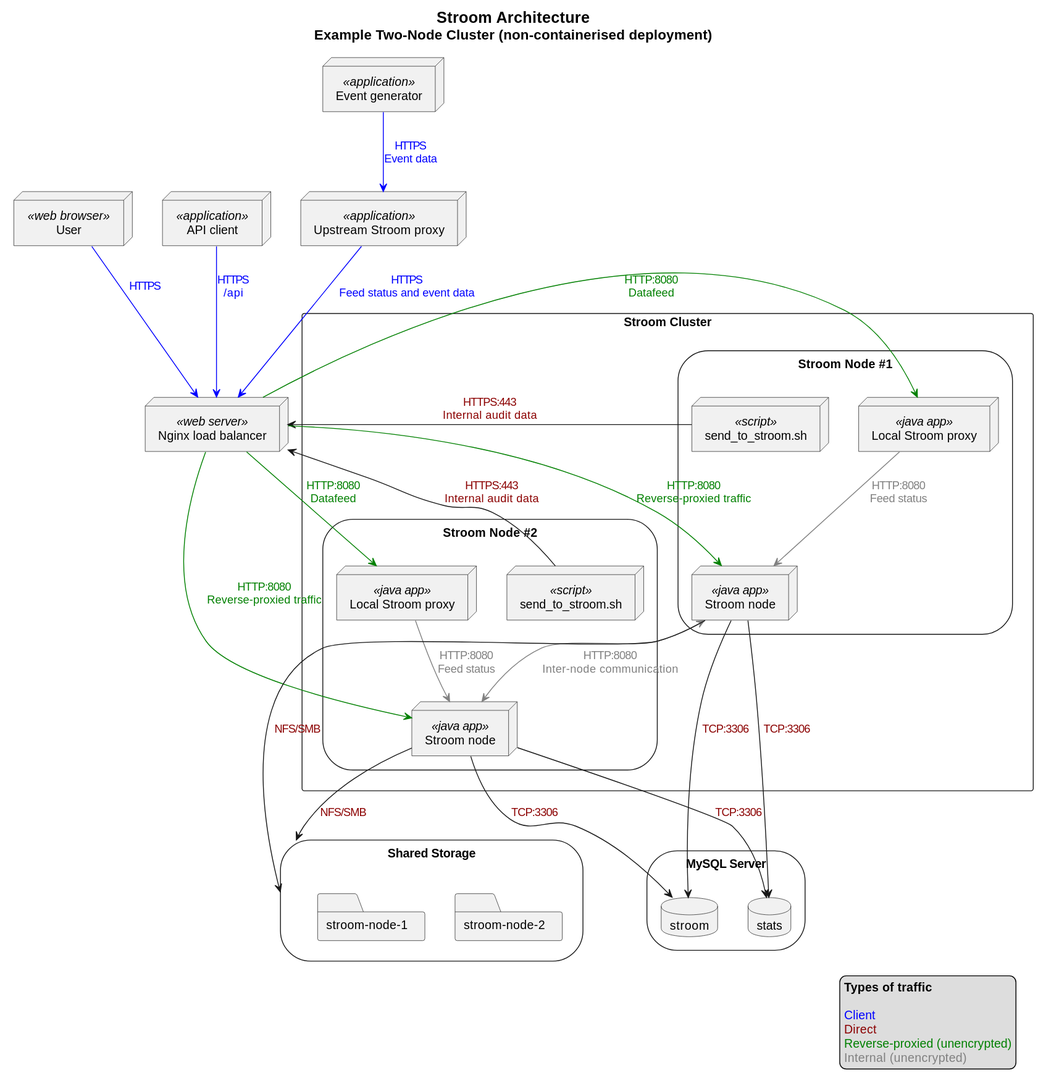
Earlier version of the PlantUML export 7.11/images/architecture/architecture.puml.svg (gchq/stroom-docs). The source it was exported from:
```plantuml
@startuml
title
    =Stroom Architecture
    ==Example Two-Node Cluster (non-containerised deployment)
end title

!stroom_port=8080
!stroom_proxy_port=8090

node "Event generator" as event_producer <<application>>
node "User" as ui_client_browser <<web browser>>
node "API client" as api_client_app <<application>>
node "Upstream Stroom proxy" as remote_proxy <<application>>

node "Nginx load balancer" as nginx <<web server>>

rectangle "Stroom Cluster" {
storage "Stroom Node #1" {
    node "Stroom node" as stroom_node_1 <<java app>>
    node "Local Stroom proxy" as stroom_proxy_local_1 <<java app>>
    node "send_to_stroom.sh" as log_sender_script_1 <<script>>

    log_sender_script_1 --> nginx : <color:DarkRed>HTTPS:443</color>\n<color:DarkRed>Internal audit data</color>

    nginx -[#Green]-> stroom_node_1 : <color:Green>HTTP:stroom_port</color>\n<color:Green>Reverse-proxied traffic</color>
    nginx -[#Green]-> stroom_proxy_local_1 : <color:Green>HTTP:stroom_port</color>\n<color:Green>Datafeed</color>

    stroom_proxy_local_1 -[#Grey]-> stroom_node_1 : <color:Grey>HTTP:stroom_port</color>\n<color:Grey>Feed status</color>
}

storage "Stroom Node #2" {
    node "Stroom node" as stroom_node_2 <<java app>>
    node "Local Stroom proxy" as stroom_proxy_local_2 <<java app>>
    node "send_to_stroom.sh" as log_sender_script_2 <<script>>

    log_sender_script_2 --> nginx : <color:DarkRed>HTTPS:443</color>\n<color:DarkRed>Internal audit data</color>

    nginx -[#Green]-> stroom_node_2 : <color:Green>HTTP:stroom_port</color>\n<color:Green>Reverse-proxied traffic</color>
    nginx -[#Green]-> stroom_proxy_local_2 : <color:Green>HTTP:stroom_port</color>\n<color:Green>Datafeed</color>

    stroom_proxy_local_2 -[#Grey]-> stroom_node_2 : <color:Grey>HTTP:stroom_port</color>\n<color:Grey>Feed status</color>
}
}

stroom_node_1 <-[#Grey]-> stroom_node_2 : <color:Grey>HTTP:stroom_port</color>\n<color:Grey>Inter-node communication</color>

storage "MySQL Server" as stroom_all_dbs {
    database "stroom" as stroom_db
    database "stats" as stroom_stats_db
}

stroom_node_1 --> stroom_db : <color:DarkRed>TCP:3306</color>
stroom_node_1 --> stroom_stats_db : <color:DarkRed>TCP:3306</color>
stroom_node_2 --> stroom_db : <color:DarkRed>TCP:3306</color>
stroom_node_2 --> stroom_stats_db : <color:DarkRed>TCP:3306</color>

storage "Shared Storage" as shared_storage {
    folder "stroom-node-2"
    folder "stroom-node-1"
}

stroom_node_1 --> shared_storage : <color:DarkRed>NFS/SMB</color>
stroom_node_2 --> shared_storage : <color:DarkRed>NFS/SMB</color>

ui_client_browser -[#Blue]-> nginx : <color:Blue>HTTPS</color>
api_client_app -[#Blue]-> nginx : <color:Blue>HTTPS</color>\n<color:Blue>/api</color>
event_producer -[#Blue]-> remote_proxy : <color:Blue>HTTPS</color>\n<color:Blue>Event data</color>
remote_proxy -[#Blue]-> nginx : <color:Blue>HTTPS</color>\n<color:Blue>Feed status and event data</color>

legend right
  <b>Types of traffic</b>

  <color:Blue>Client</color>
  <color:DarkRed>Direct</color>
  <color:Green>Reverse-proxied (unencrypted)</color>
  <color:Grey>Internal (unencrypted)</color>
endlegend

@enduml
```
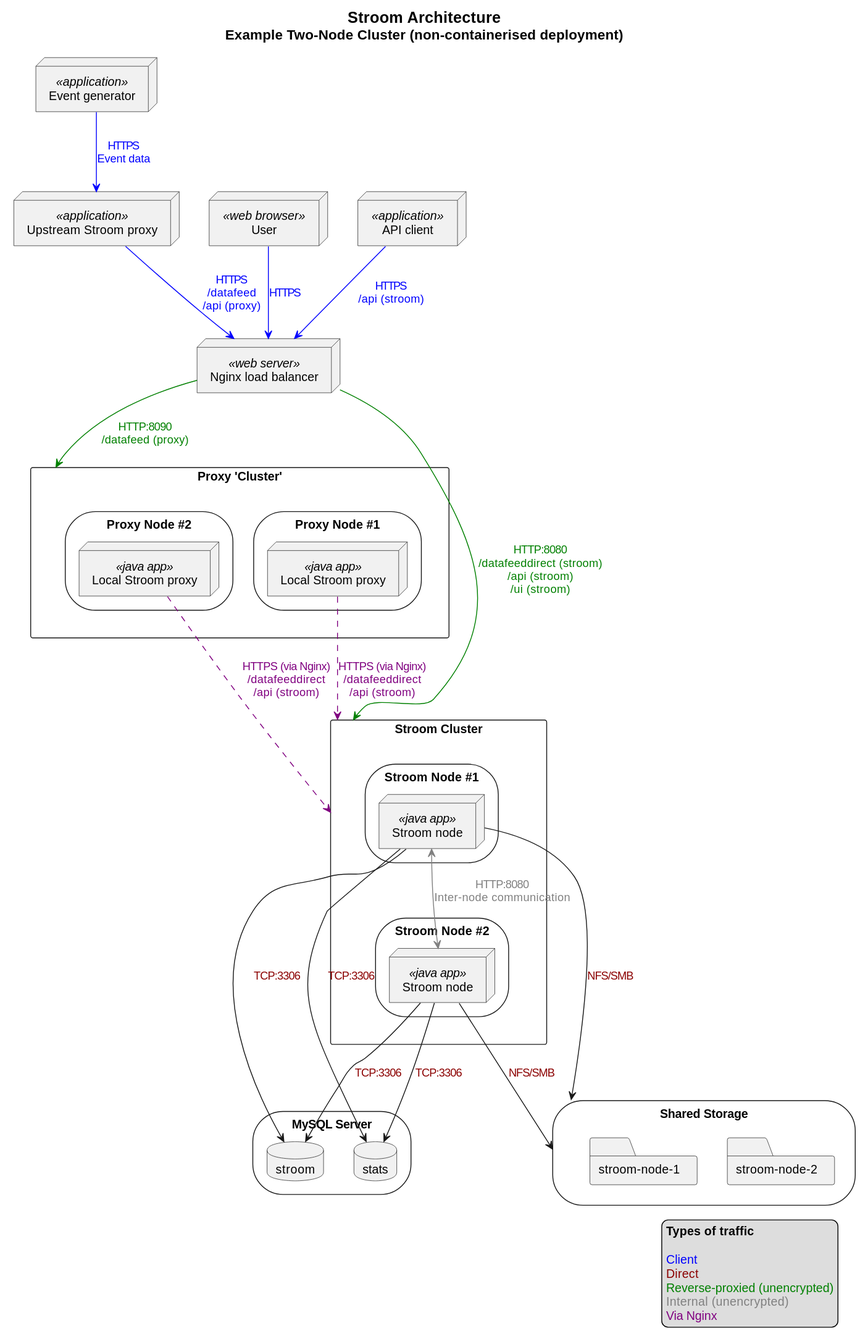
Above is the later version.

Diff of the diagram source:
```diff
@@ -14,32 +14,30 @@
 
 node "Nginx load balancer" as nginx <<web server>>
 
-rectangle "Stroom Cluster" {
-storage "Stroom Node #1" {
-    node "Stroom node" as stroom_node_1 <<java app>>
-    node "Local Stroom proxy" as stroom_proxy_local_1 <<java app>>
-    node "send_to_stroom.sh" as log_sender_script_1 <<script>>
+rectangle "Proxy 'Cluster'" as proxy_cluster {
+    storage "Proxy Node #1" {
+        node "Local Stroom proxy" as stroom_proxy_local_1 <<java app>>
+        nginx -[#Green]-> proxy_cluster : <color:Green>HTTP:stroom_proxy_port</color>\n<color:Green>/datafeed (proxy)</color>
+    }
 
-    log_sender_script_1 --> nginx : <color:DarkRed>HTTPS:443</color>\n<color:DarkRed>Internal audit data</color>
-
-    nginx -[#Green]-> stroom_node_1 : <color:Green>HTTP:stroom_port</color>\n<color:Green>Reverse-proxied traffic</color>
-    nginx -[#Green]-> stroom_proxy_local_1 : <color:Green>HTTP:stroom_port</color>\n<color:Green>Datafeed</color>
-
-    stroom_proxy_local_1 -[#Grey]-> stroom_node_1 : <color:Grey>HTTP:stroom_port</color>\n<color:Grey>Feed status</color>
+    storage "Proxy Node #2" {
+        node "Local Stroom proxy" as stroom_proxy_local_2 <<java app>>
+    }
 }
 
-storage "Stroom Node #2" {
-    node "Stroom node" as stroom_node_2 <<java app>>
-    node "Local Stroom proxy" as stroom_proxy_local_2 <<java app>>
-    node "send_to_stroom.sh" as log_sender_script_2 <<script>>
+rectangle "Stroom Cluster" as stroom_cluster {
+    storage "Stroom Node #1" {
+        node "Stroom node" as stroom_node_1 <<java app>>
 
-    log_sender_script_2 --> nginx : <color:DarkRed>HTTPS:443</color>\n<color:DarkRed>Internal audit data</color>
+        nginx -[#Green]-> stroom_cluster : <color:Green>HTTP:stroom_port</color>\n<color:Green>/datafeeddirect (stroom)</color>\n<color:Green>/api (stroom)</color>\n<color:Green>/ui (stroom)</color>
+    }
 
-    nginx -[#Green]-> stroom_node_2 : <color:Green>HTTP:stroom_port</color>\n<color:Green>Reverse-proxied traffic</color>
-    nginx -[#Green]-> stroom_proxy_local_2 : <color:Green>HTTP:stroom_port</color>\n<color:Green>Datafeed</color>
+    storage "Stroom Node #2" {
+        node "Stroom node" as stroom_node_2 <<java app>>
+    }
 
-    stroom_proxy_local_2 -[#Grey]-> stroom_node_2 : <color:Grey>HTTP:stroom_port</color>\n<color:Grey>Feed status</color>
-}
+    stroom_proxy_local_1 .[#Purple].> stroom_cluster : <color:Purple>HTTPS (via Nginx)</color>\n<color:Purple>/datafeeddirect</color>\n<color:Purple>/api (stroom)</color>
+    stroom_proxy_local_2 .[#Purple].> stroom_cluster : <color:Purple>HTTPS (via Nginx)</color>\n<color:Purple>/datafeeddirect</color>\n<color:Purple>/api (stroom)</color>
 }
 
 stroom_node_1 <-[#Grey]-> stroom_node_2 : <color:Grey>HTTP:stroom_port</color>\n<color:Grey>Inter-node communication</color>
@@ -63,9 +61,9 @@
 stroom_node_2 --> shared_storage : <color:DarkRed>NFS/SMB</color>
 
 ui_client_browser -[#Blue]-> nginx : <color:Blue>HTTPS</color>
-api_client_app -[#Blue]-> nginx : <color:Blue>HTTPS</color>\n<color:Blue>/api</color>
+api_client_app -[#Blue]-> nginx : <color:Blue>HTTPS</color>\n<color:Blue>/api (stroom)</color>
 event_producer -[#Blue]-> remote_proxy : <color:Blue>HTTPS</color>\n<color:Blue>Event data</color>
-remote_proxy -[#Blue]-> nginx : <color:Blue>HTTPS</color>\n<color:Blue>Feed status and event data</color>
+remote_proxy -[#Blue]-> nginx : <color:Blue>HTTPS</color>\n<color:Blue>/datafeed</color>\n<color:Blue>/api (proxy)</color>
 
 legend right
   <b>Types of traffic</b>
@@ -74,6 +72,7 @@
   <color:DarkRed>Direct</color>
   <color:Green>Reverse-proxied (unencrypted)</color>
   <color:Grey>Internal (unencrypted)</color>
+  <color:Purple>Via Nginx</color>
 endlegend
 
 @enduml
```
